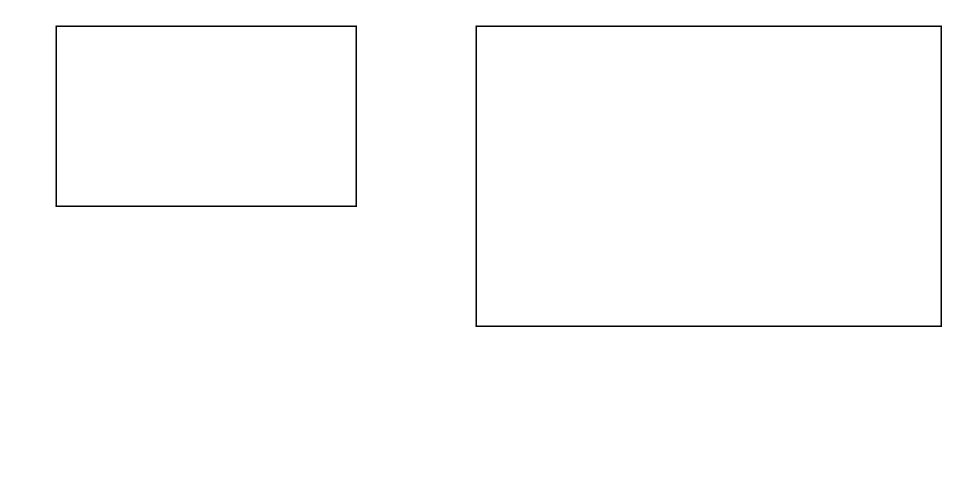
This is images/未命名绘图.drawio from Yaozongbin0828/wechat-moments-pic-3x3-grid, a draw.io file, before an edit. Source tidied: cells renumbered, new cells numbered last; positions are measured from the earlier drawing's top-left corner, leaving out a move shared by most shapes. Both pictures are drawn from the tidied source at 150%, with x=0, y=0 at pixel (56, 26).
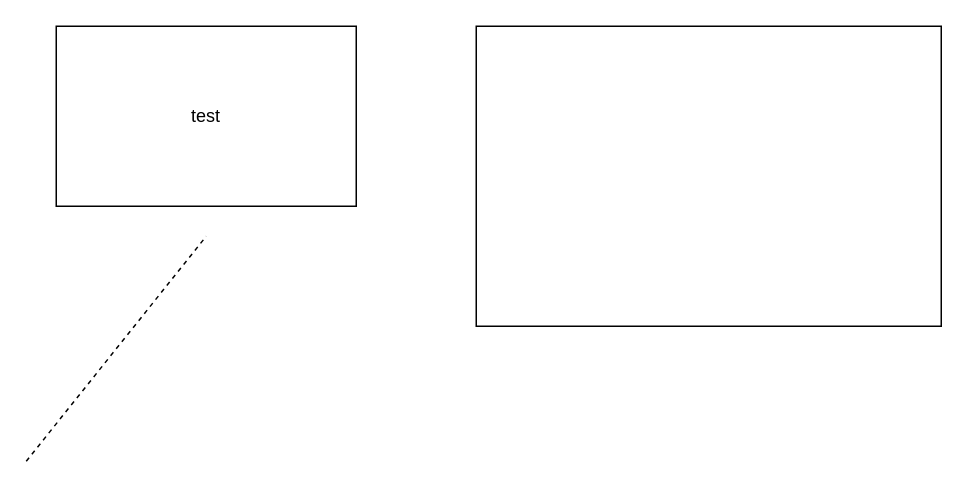
The same diagram, later.

Commit message:
泛型关系的UML表示.drawio

What changed in the source:
```diff
@@
 <mxGraphModel>
   <root>
     <mxCell id="0" />
     <mxCell id="1" parent="0" />
-    <mxCell id="2" style="rounded=0;whiteSpace=wrap;html=1;" parent="1" vertex="1">
+    <mxCell id="2" value="test" style="rounded=0;whiteSpace=wrap;html=1;" parent="1" vertex="1">
       <mxGeometry width="200" height="120" as="geometry" />
     </mxCell>
     <mxCell id="3" style="rounded=0;whiteSpace=wrap;html=1;" parent="1" vertex="1">
       <mxGeometry x="280" width="310" height="200" as="geometry" />
     </mxCell>
+    <mxCell id="4" style="endArrow=none;dashed=1;html=1;rounded=0;" parent="1" edge="1">
+      <mxGeometry relative="1" as="geometry">
+        <mxPoint x="-20" y="290" as="sourcePoint" />
+        <mxPoint x="100" y="140" as="targetPoint" />
+      </mxGeometry>
+    </mxCell>
   </root>
 </mxGraphModel>
```
